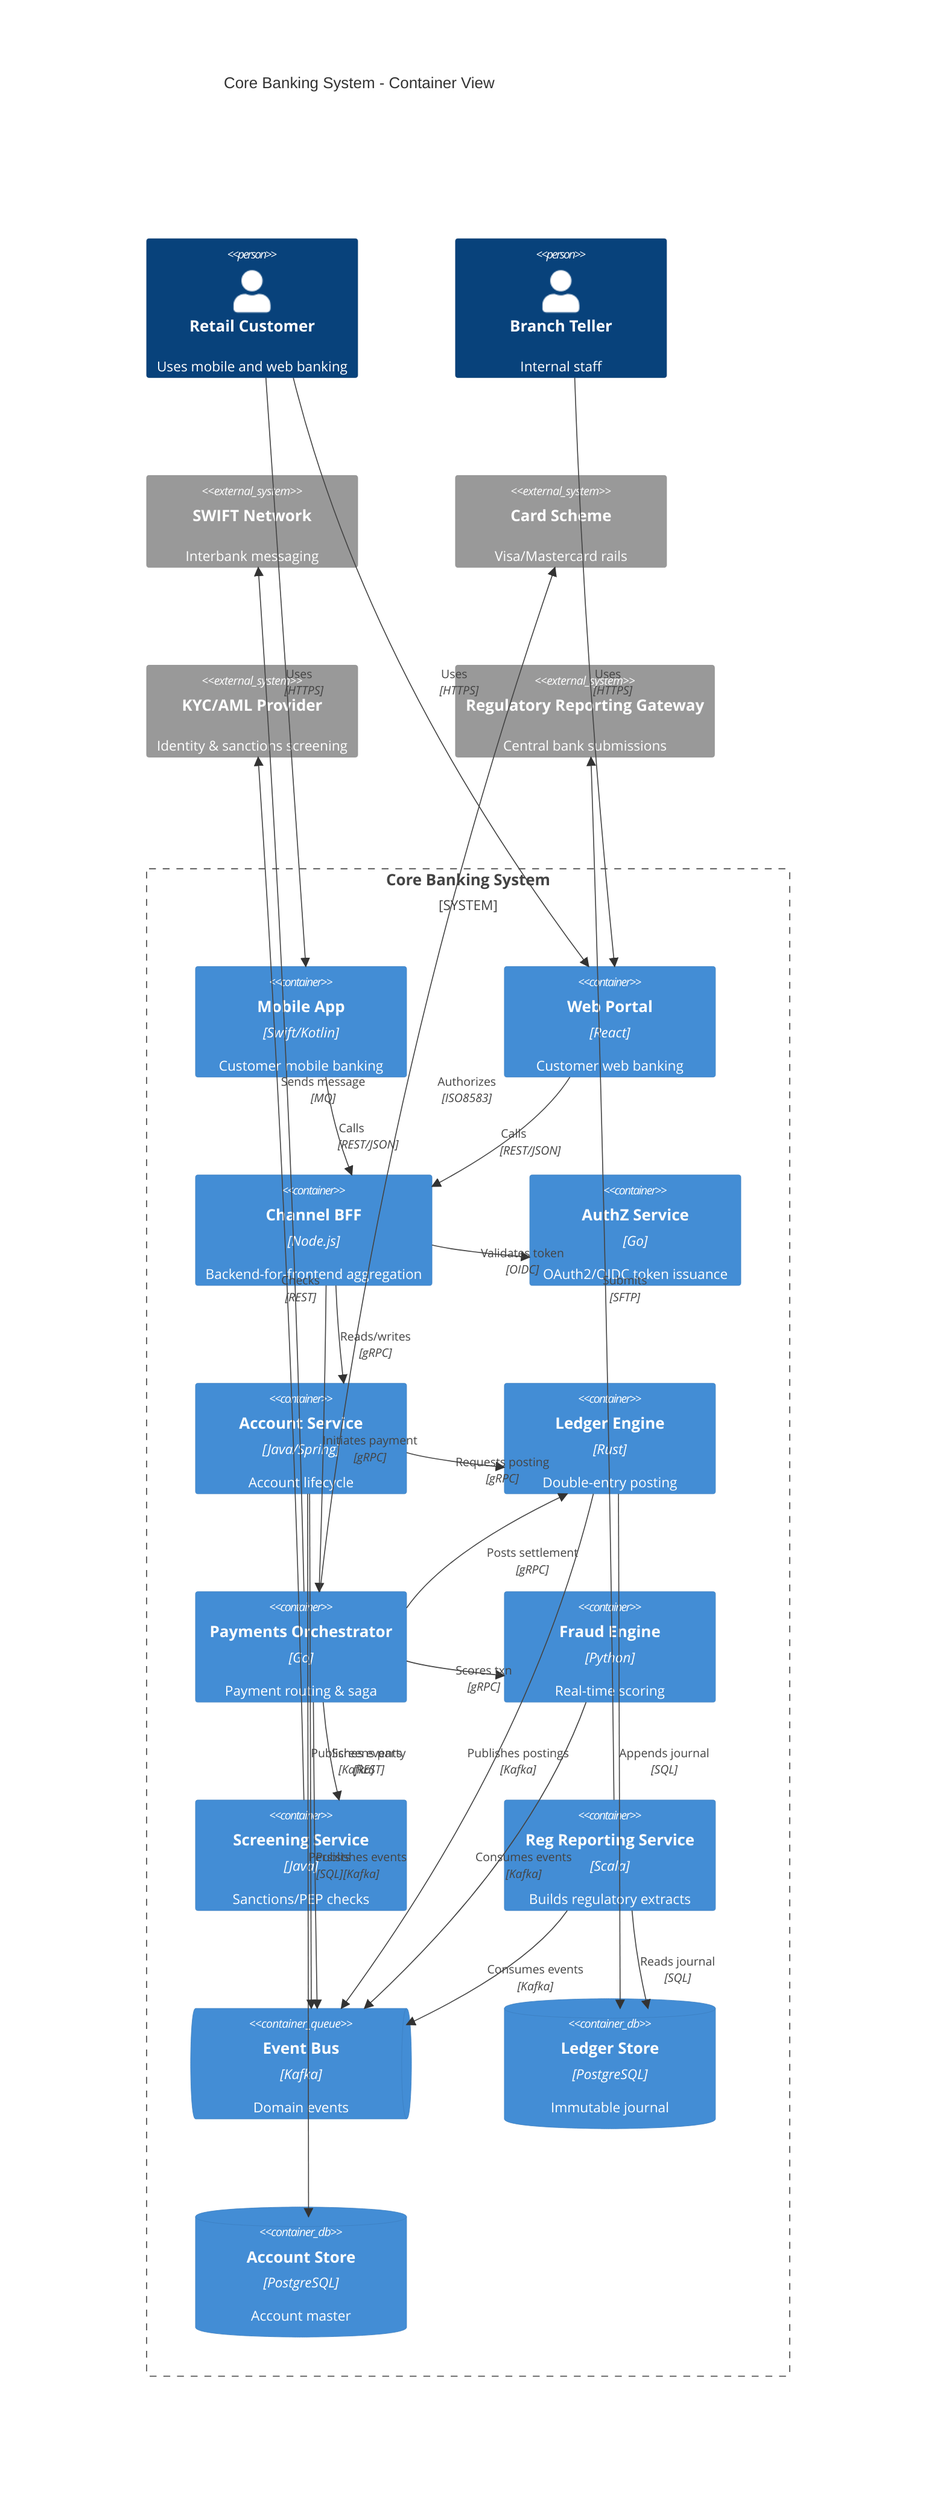
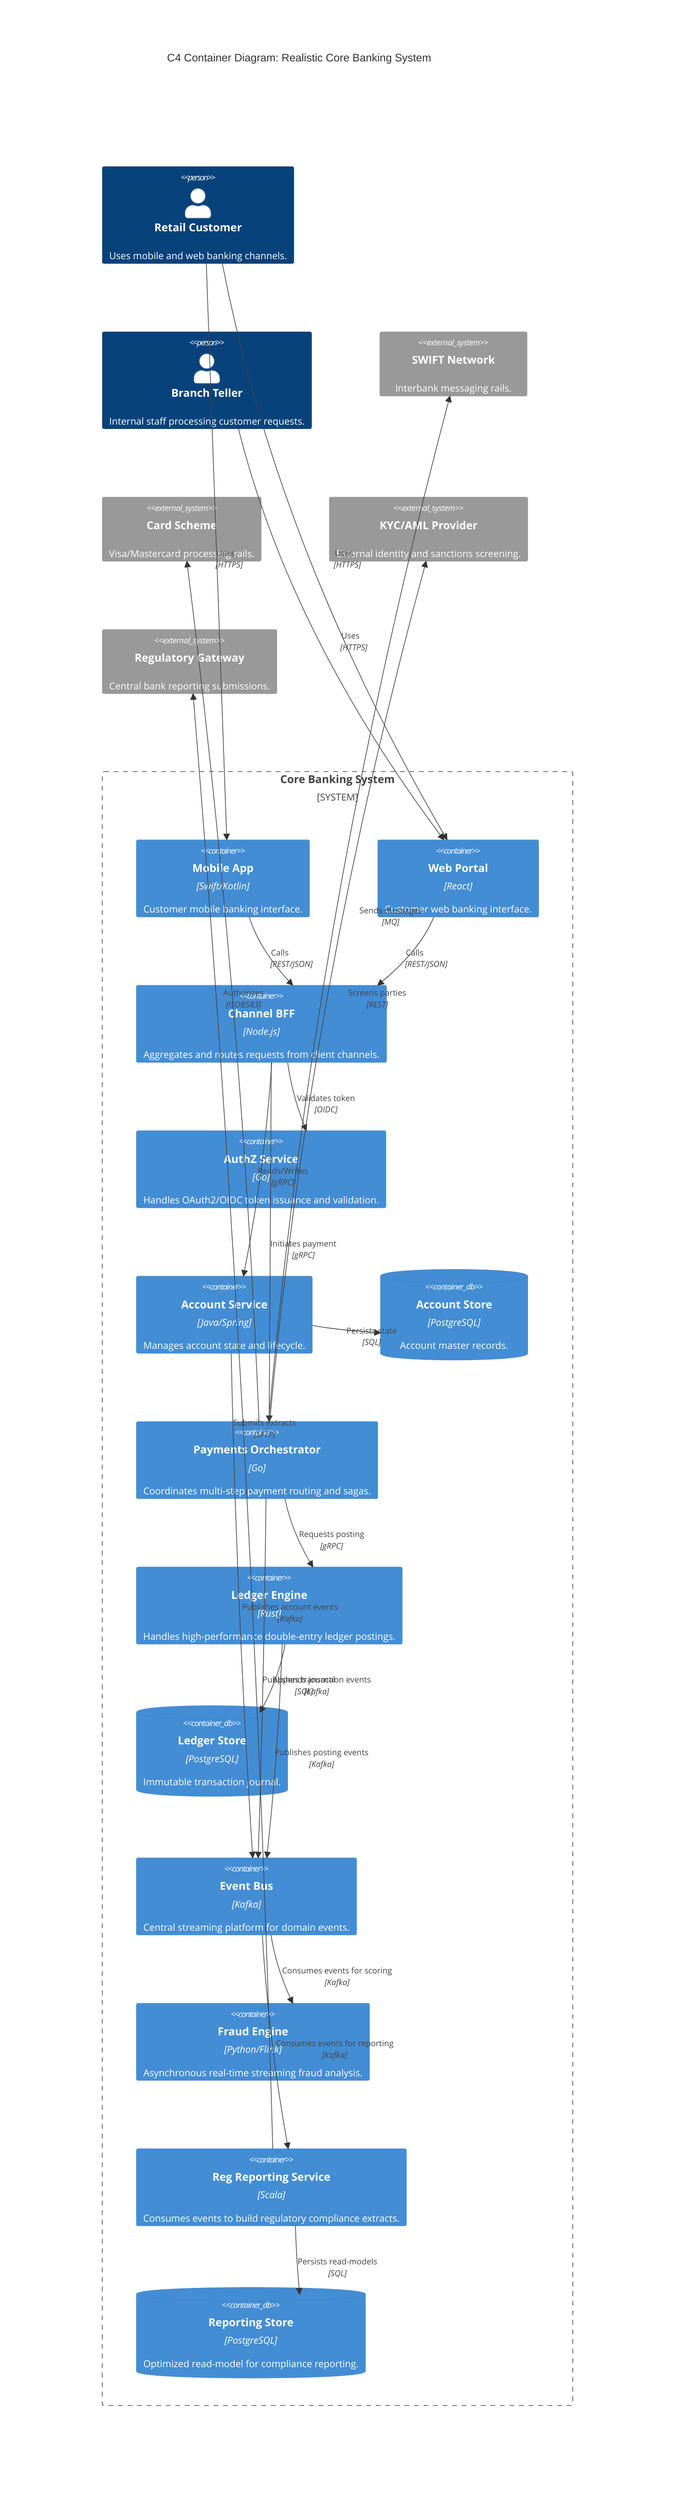
C4Container
-     title Core Banking System - Container View
+     title C4 Container Diagram: Realistic Core Banking System

-     Person(customer, "Retail Customer", "Uses mobile and web banking")
-     Person(teller, "Branch Teller", "Internal staff")
-     System_Ext(swift, "SWIFT Network", "Interbank messaging")
-     System_Ext(card, "Card Scheme", "Visa/Mastercard rails")
-     System_Ext(kyc, "KYC/AML Provider", "Identity & sanctions screening")
-     System_Ext(regulator, "Regulatory Reporting Gateway", "Central bank submissions")
+     Person(customer, "Retail Customer", "Uses mobile and web banking channels.")
+     Person(teller, "Branch Teller", "Internal staff processing customer requests.")

-     System_Boundary(bank, "Core Banking System") {
-         Container(mobile, "Mobile App", "Swift/Kotlin", "Customer mobile banking")
-         Container(web, "Web Portal", "React", "Customer web banking")
-         Container(bff, "Channel BFF", "Node.js", "Backend-for-frontend aggregation")
-         Container(authz, "AuthZ Service", "Go", "OAuth2/OIDC token issuance")
-         Container(accounts, "Account Service", "Java/Spring", "Account lifecycle")
-         Container(ledger, "Ledger Engine", "Rust", "Double-entry posting")
-         Container(payments, "Payments Orchestrator", "Go", "Payment routing & saga")
-         Container(fraud, "Fraud Engine", "Python", "Real-time scoring")
-         Container(screening, "Screening Service", "Java", "Sanctions/PEP checks")
-         Container(reporting, "Reg Reporting Service", "Scala", "Builds regulatory extracts")
-         ContainerQueue(eventbus, "Event Bus", "Kafka", "Domain events")
-         ContainerDb(txndb, "Ledger Store", "PostgreSQL", "Immutable journal")
-         ContainerDb(acctdb, "Account Store", "PostgreSQL", "Account master")
+     System_Boundary(core_banking, "Core Banking System") {
+ 
+         Container(mobile, "Mobile App", "Swift/Kotlin", "Customer mobile banking interface.")
+         Container(web, "Web Portal", "React", "Customer web banking interface.")
+ 
+         Container(bff, "Channel BFF", "Node.js", "Aggregates and routes requests from client channels.")
+ 
+         Container(auth, "AuthZ Service", "Go", "Handles OAuth2/OIDC token issuance and validation.")
+ 
+         Container(account_service, "Account Service", "Java/Spring", "Manages account state and lifecycle.")
+         ContainerDb(account_db, "Account Store", "PostgreSQL", "Account master records.")
+ 
+         Container(payment_orch, "Payments Orchestrator", "Go", "Coordinates multi-step payment routing and sagas.")
+ 
+         Container(ledger_engine, "Ledger Engine", "Rust", "Handles high-performance double-entry ledger postings.")
+         ContainerDb(ledger_db, "Ledger Store", "PostgreSQL", "Immutable transaction journal.")
+ 
+         Container(event_bus, "Event Bus", "Kafka", "Central streaming platform for domain events.")
+ 
+         Container(fraud_engine, "Fraud Engine", "Python/Flink", "Asynchronous real-time streaming fraud analysis.")
+         Container(reg_service, "Reg Reporting Service", "Scala", "Consumes events to build regulatory compliance extracts.")
+         ContainerDb(reg_db, "Reporting Store", "PostgreSQL", "Optimized read-model for compliance reporting.")
    }

+     System_Ext(swift, "SWIFT Network", "Interbank messaging rails.")
+     System_Ext(card_scheme, "Card Scheme", "Visa/Mastercard processing rails.")
+     System_Ext(kyc_provider, "KYC/AML Provider", "External identity and sanctions screening.")
+     System_Ext(reg_gateway, "Regulatory Gateway", "Central bank reporting submissions.")
+ 
+     %% Client and Edge Relationships
    Rel(customer, mobile, "Uses", "HTTPS")
    Rel(customer, web, "Uses", "HTTPS")
    Rel(teller, web, "Uses", "HTTPS")
+ 
    Rel(mobile, bff, "Calls", "REST/JSON")
    Rel(web, bff, "Calls", "REST/JSON")
-     Rel(bff, authz, "Validates token", "OIDC")
-     Rel(bff, accounts, "Reads/writes", "gRPC")
-     Rel(bff, payments, "Initiates payment", "gRPC")
-     Rel(accounts, acctdb, "Persists", "SQL")
-     Rel(accounts, ledger, "Requests posting", "gRPC")
-     Rel(ledger, txndb, "Appends journal", "SQL")
-     Rel(payments, ledger, "Posts settlement", "gRPC")
-     Rel(payments, fraud, "Scores txn", "gRPC")
-     Rel(payments, screening, "Screens party", "REST")
-     Rel(payments, swift, "Sends message", "MQ")
-     Rel(payments, card, "Authorizes", "ISO8583")
-     Rel(screening, kyc, "Checks", "REST")
-     Rel(accounts, eventbus, "Publishes events", "Kafka")
-     Rel(ledger, eventbus, "Publishes postings", "Kafka")
-     Rel(payments, eventbus, "Publishes events", "Kafka")
-     Rel(fraud, eventbus, "Consumes events", "Kafka")
-     Rel(reporting, eventbus, "Consumes events", "Kafka")
-     Rel(reporting, txndb, "Reads journal", "SQL")
-     Rel(reporting, regulator, "Submits", "SFTP")
+ 
+     Rel_R(bff, auth, "Validates token", "OIDC")
+ 
+     %% Core Domain Services
+     Rel(bff, account_service, "Reads/Writes", "gRPC")
+     Rel(bff, payment_orch, "Initiates payment", "gRPC")
+ 
+     Rel(account_service, account_db, "Persists state", "SQL")
+ 
+     %% Asynchronous Event Flows (Fixing the spaghetti and database sharing)
+     Rel(account_service, event_bus, "Publishes account events", "Kafka")
+     Rel(payment_orch, event_bus, "Publishes transaction events", "Kafka")
+     Rel(ledger_engine, event_bus, "Publishes posting events", "Kafka")
+ 
+     %% Ledger isolation
+     Rel(payment_orch, ledger_engine, "Requests posting", "gRPC")
+     Rel(ledger_engine, ledger_db, "Appends journal", "SQL")
+ 
+     %% Stream Consumers
+     Rel(event_bus, fraud_engine, "Consumes events for scoring", "Kafka")
+     Rel(event_bus, reg_service, "Consumes events for reporting", "Kafka")
+ 
+     Rel(reg_service, reg_db, "Persists read-models", "SQL")
+ 
+     %% External Systems Interfacing
+     Rel_R(payment_orch, swift, "Sends messages", "MQ")
+     Rel_R(payment_orch, card_scheme, "Authorizes", "ISO8583")
+     Rel_R(payment_orch, kyc_provider, "Screens parties", "REST")
+ 
+     Rel_R(reg_service, reg_gateway, "Submits extracts", "SFTP")